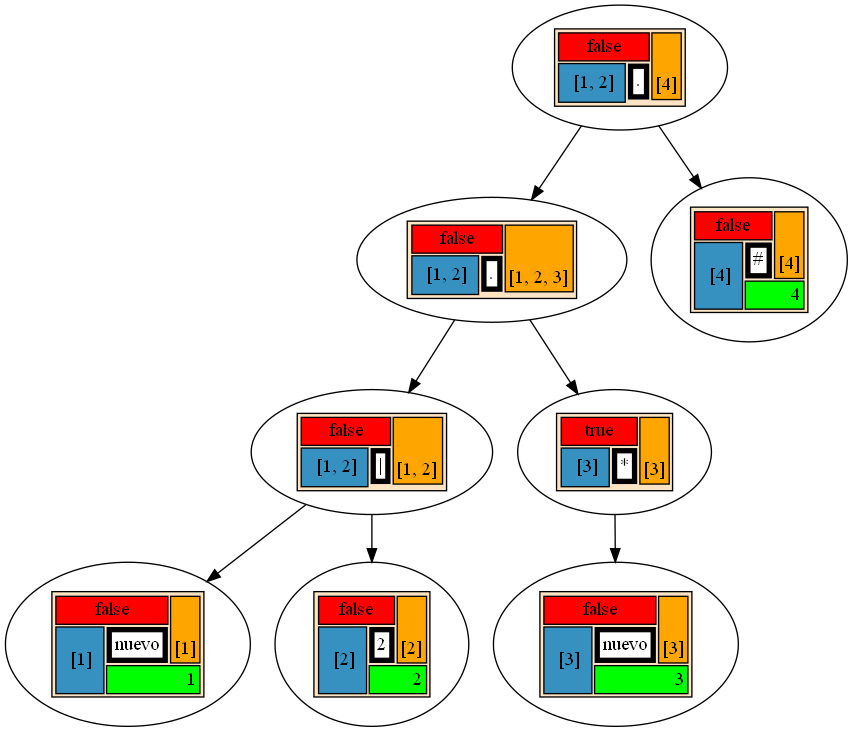
Cris1928/Proyecto1_OLC1_1S2023 keeps this Graphviz diagram as build/classes/GRAFICAS/ARBOLES_202107190/Arbol_BinarioEXPreg.png. Above is the earlier version. Its source is kept beside it as build/classes/GRAFICAS/ARBOLES_202107190/Arbol_BinarioEXPreg.dot.
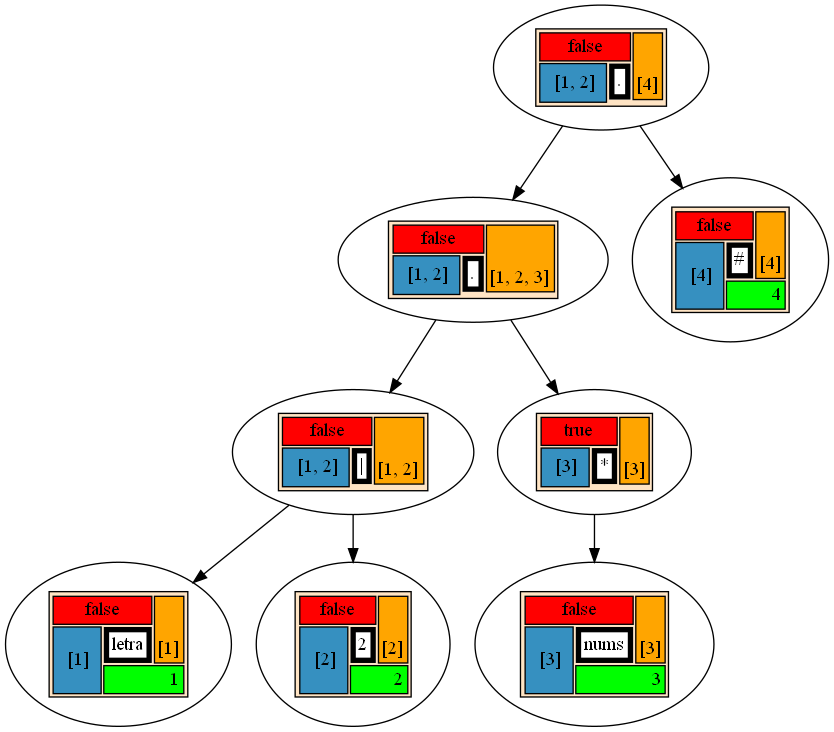
The same file after the commit.

Change to the diagram source:
```diff
@@ -62,7 +62,7 @@
    <TD COLSPAN="2" ROWSPAN="2"  BGCOLOR="#3690c0">
   [1]
  </TD>
-  <TD BGCOLOR="white"  BORDER="4">nuevo</TD>
+  <TD BGCOLOR="white"  BORDER="4">letra</TD>
  </TR>
  <TR>
   <TD COLSPAN="2" ALIGN="right" PORT="there"  BGCOLOR="Green">1</TD>
@@ -119,7 +119,7 @@
    <TD COLSPAN="2" ROWSPAN="2"  BGCOLOR="#3690c0">
   [3]
  </TD>
-  <TD BGCOLOR="white"  BORDER="4">nuevo</TD>
+  <TD BGCOLOR="white"  BORDER="4">nums</TD>
  </TR>
  <TR>
   <TD COLSPAN="2" ALIGN="right" PORT="there"  BGCOLOR="Green">3</TD>
```
